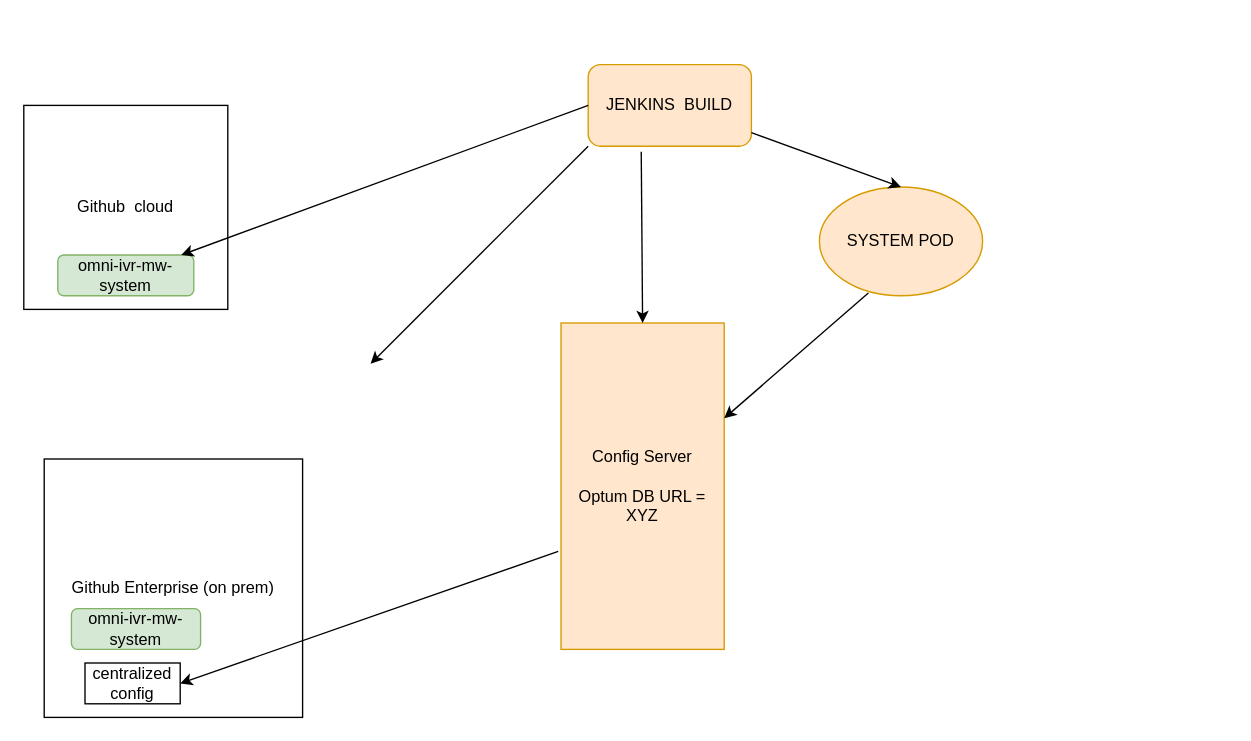
This is Github Migration.drawio from anshuldevmehta/RandomDiagrams, a draw.io file, before an edit. Source tidied: cells renumbered, new cells numbered last; positions are measured from the earlier drawing's top-left corner, leaving out a move shared by most shapes. Both pictures are drawn from the tidied source at 136%, with x=0, y=0 at pixel (23, 64).
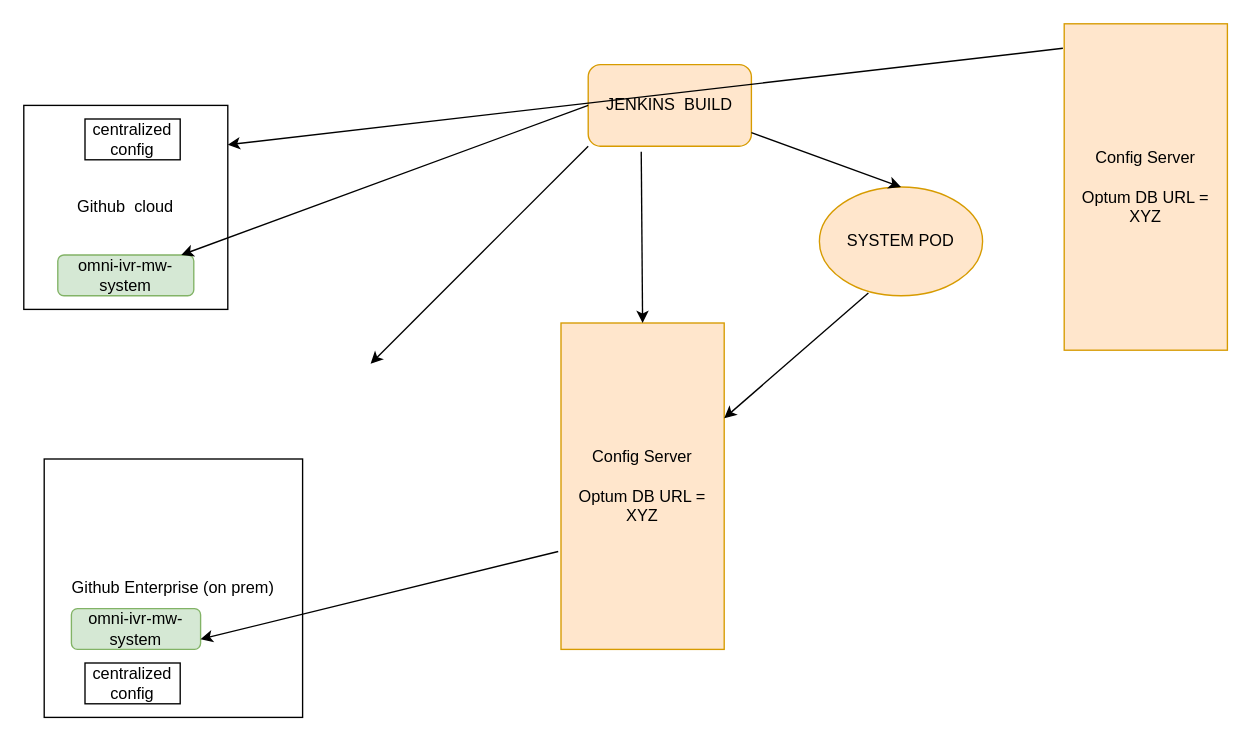
The same page after the edit.

The change refers to these unchanged cells:
```xml
<mxCell id="2" value="Github&amp;nbsp; cloud" style="whiteSpace=wrap;html=1;" parent="1" vertex="1">
  <mxGeometry y="30" width="150" height="150" as="geometry" />
</mxCell>
<mxCell id="5" value="omni-ivr-mw-system" style="rounded=1;whiteSpace=wrap;html=1;fillColor=#d5e8d4;strokeColor=#82b366;" parent="1" vertex="1">
  <mxGeometry x="35" y="400" width="95" height="30" as="geometry" />
</mxCell>
<mxCell id="6" value="&lt;div&gt;Config Server&lt;/div&gt;&lt;div&gt;&lt;br&gt;&lt;/div&gt;&lt;div&gt;Optum DB URL = XYZ&lt;br&gt;&lt;/div&gt;" style="rounded=0;whiteSpace=wrap;html=1;fillColor=#ffe6cc;strokeColor=#d79b00;" parent="1" vertex="1">
  <mxGeometry x="395" y="190" width="120" height="240" as="geometry" />
</mxCell>
<mxCell id="10" value="centralized config" style="rounded=0;whiteSpace=wrap;html=1;" parent="1" vertex="1">
  <mxGeometry x="45" y="440" width="70" height="30" as="geometry" />
</mxCell>
```

The edit, as a diff of the source:
```diff
@@
-    <mxCell id="11" style="endArrow=classic;html=1;rounded=0;entryX=1;entryY=0.5;entryDx=0;entryDy=0;exitX=-0.017;exitY=0.7;exitDx=0;exitDy=0;exitPerimeter=0;" parent="1" edge="1" source="6" target="10">
+    <mxCell id="11" style="endArrow=classic;html=1;rounded=0;exitX=-0.017;exitY=0.7;exitDx=0;exitDy=0;exitPerimeter=0;entryX=1;entryY=0.75;entryDx=0;entryDy=0;" parent="1" edge="1" source="6" target="5">
       <mxGeometry relative="1" as="geometry" />
     </mxCell>
@@
+    <mxCell id="16" value="centralized config" style="rounded=0;whiteSpace=wrap;html=1;" parent="1" vertex="1">
+      <mxGeometry x="45" y="40" width="70" height="30" as="geometry" />
+    </mxCell>
+    <mxCell id="17" value="&lt;div&gt;Config Server&lt;/div&gt;&lt;div&gt;&lt;br&gt;&lt;/div&gt;&lt;div&gt;Optum DB URL = XYZ&lt;br&gt;&lt;/div&gt;" style="rounded=0;whiteSpace=wrap;html=1;fillColor=#ffe6cc;strokeColor=#d79b00;" parent="1" vertex="1">
+      <mxGeometry x="765" y="-30" width="120" height="240" as="geometry" />
+    </mxCell>
+    <mxCell id="18" style="endArrow=classic;html=1;rounded=0;entryX=1;entryY=0.193;entryDx=0;entryDy=0;entryPerimeter=0;exitX=-0.008;exitY=0.075;exitDx=0;exitDy=0;exitPerimeter=0;" parent="1" edge="1" source="17" target="2">
+      <mxGeometry relative="1" as="geometry" />
+    </mxCell>
```
